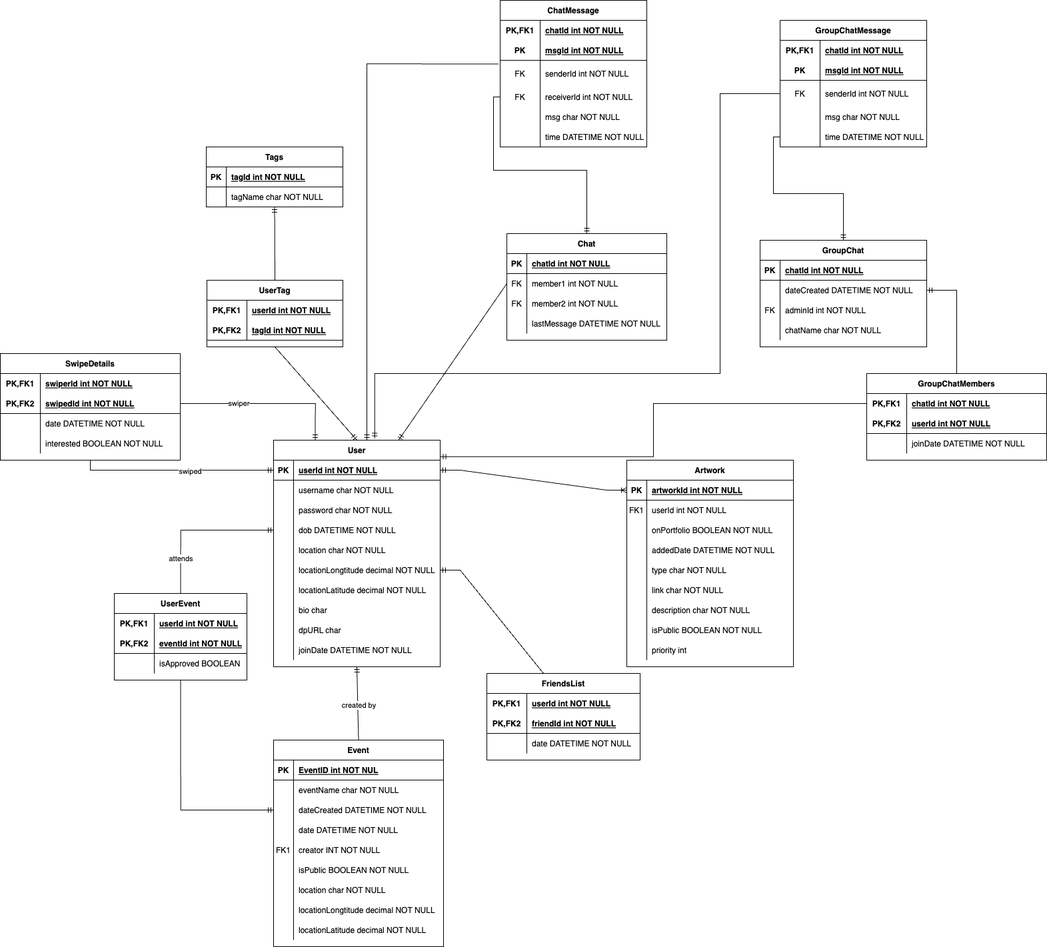
Above: other-project-files/ERD/dali_ERD.png in DylanGnatz/Dali-Artist-Social-App (draw.io), before the change. Source tidied: cells renumbered, new cells last; positions are measured from the earlier drawing's top-left corner, leaving out a move shared by most shapes.
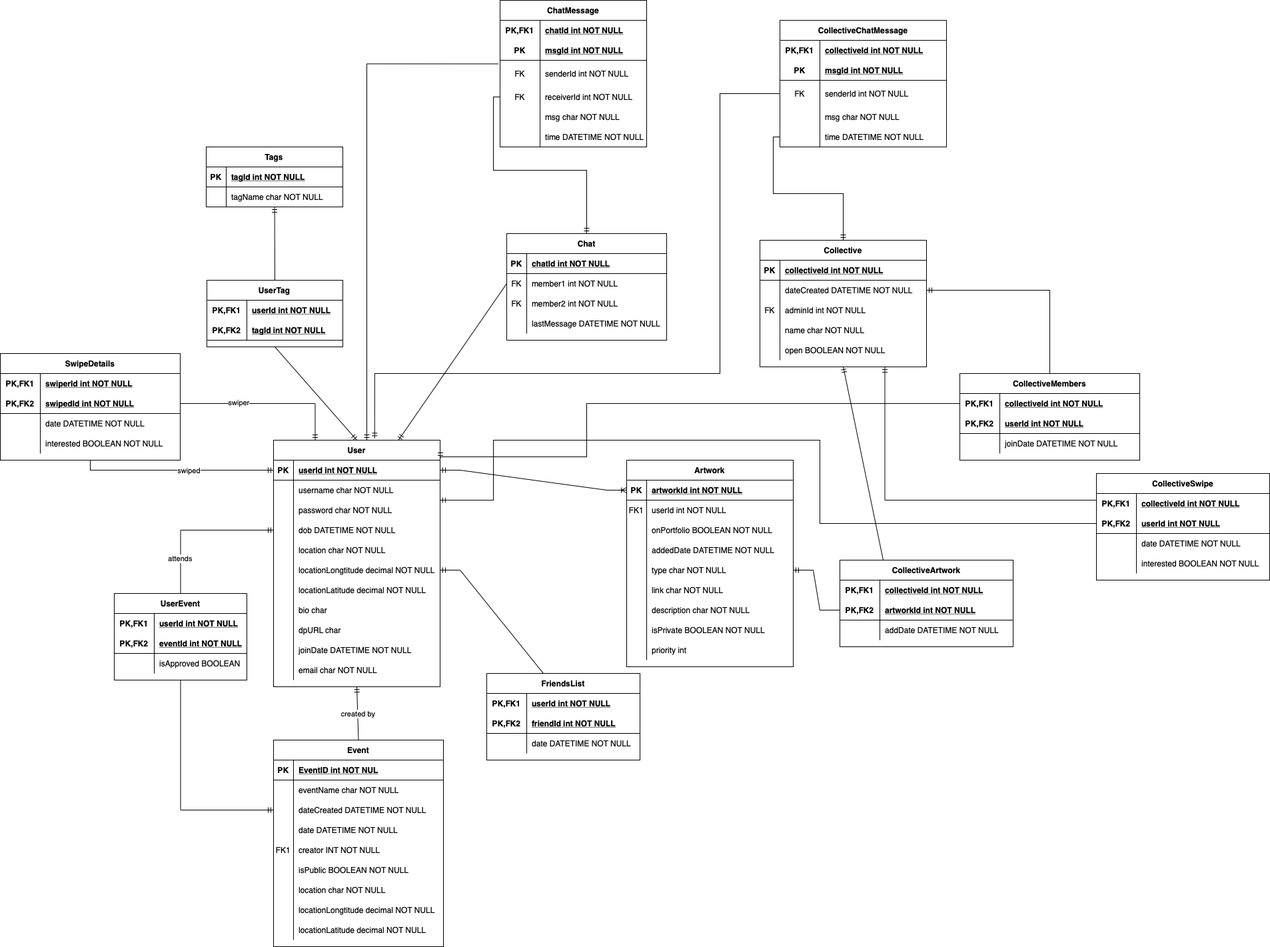
Above is the later version.

What changed in the source:
```diff
@@ -76,3 +76,3 @@
     </mxCell>
-    <mxCell id="26" value="isPublic BOOLEAN NOT NULL" style="shape=partialRectangle;overflow=hidden;fillColor=none;top=0;left=0;bottom=0;right=0;align=left;spacingLeft=6;" parent="24" vertex="1">
+    <mxCell id="26" value="isPrivate BOOLEAN NOT NULL" style="shape=partialRectangle;overflow=hidden;fillColor=none;top=0;left=0;bottom=0;right=0;align=left;spacingLeft=6;" parent="24" vertex="1">
       <mxGeometry x="30" width="220" height="30" as="geometry" />
@@ -89,3 +89,3 @@
     <mxCell id="30" value="User" style="shape=table;startSize=30;rowLines=0;fontStyle=1;align=center;" parent="1" vertex="1">
-      <mxGeometry x="410" y="660" width="250" height="340" as="geometry" />
+      <mxGeometry x="410" y="660" width="250" height="370" as="geometry" />
     </mxCell>
@@ -181,2 +181,11 @@
     </mxCell>
+    <mxCell id="227" style="shape=partialRectangle;fillColor=none;top=0;left=0;right=0;bottom=0;" parent="30" vertex="1">
+      <mxGeometry y="330" width="250" height="30" as="geometry" />
+    </mxCell>
+    <mxCell id="228" style="shape=partialRectangle;overflow=hidden;fillColor=none;top=0;left=0;bottom=0;right=0;" parent="227" vertex="1">
+      <mxGeometry width="30" height="30" as="geometry" />
+    </mxCell>
+    <mxCell id="229" value="email char NOT NULL" style="shape=partialRectangle;overflow=hidden;fillColor=none;top=0;left=0;bottom=0;right=0;align=left;spacingLeft=6;" parent="227" vertex="1">
+      <mxGeometry x="30" width="220" height="30" as="geometry" />
+    </mxCell>
     <mxCell id="61" style="edgeStyle=entityRelationEdgeStyle;fontSize=12;html=1;endArrow=ERoneToMany;startArrow=ERmandOne;rounded=0;exitX=1;exitY=0.5;exitDx=0;exitDy=0;entryX=0;entryY=0.5;entryDx=0;entryDy=0;" parent="1" edge="1" source="31" target="3">
@@ -547,4 +556,4 @@
     </mxCell>
-    <mxCell id="183" value="GroupChat" style="shape=table;startSize=30;rowLines=0;fontStyle=1;align=center;" parent="1" vertex="1">
-      <mxGeometry x="1140" y="360" width="250" height="160" as="geometry" />
+    <mxCell id="183" value="Collective" style="shape=table;startSize=30;rowLines=0;fontStyle=1;align=center;" parent="1" vertex="1">
+      <mxGeometry x="1140" y="360" width="250" height="190" as="geometry" />
     </mxCell>
@@ -556,3 +565,3 @@
     </mxCell>
-    <mxCell id="186" value="chatId int NOT NULL" style="shape=partialRectangle;fillColor=none;top=0;left=0;bottom=0;right=0;align=left;spacingLeft=6;fontStyle=5;overflow=hidden;" parent="184" vertex="1">
+    <mxCell id="186" value="collectiveId int NOT NULL" style="shape=partialRectangle;fillColor=none;top=0;left=0;bottom=0;right=0;align=left;spacingLeft=6;fontStyle=5;overflow=hidden;" parent="184" vertex="1">
       <mxGeometry x="30" width="220" height="30" as="geometry" />
@@ -583,7 +592,16 @@
     </mxCell>
-    <mxCell id="195" value="chatName char NOT NULL" style="shape=partialRectangle;fillColor=none;top=0;left=0;bottom=0;right=0;align=left;spacingLeft=6;overflow=hidden;" parent="193" vertex="1">
+    <mxCell id="195" value="name char NOT NULL" style="shape=partialRectangle;fillColor=none;top=0;left=0;bottom=0;right=0;align=left;spacingLeft=6;overflow=hidden;" parent="193" vertex="1">
       <mxGeometry x="30" width="220" height="30" as="geometry" />
     </mxCell>
+    <mxCell id="230" style="shape=tableRow;horizontal=0;startSize=0;swimlaneHead=0;swimlaneBody=0;fillColor=none;top=0;left=0;right=0;bottom=0;" parent="183" vertex="1">
+      <mxGeometry y="150" width="250" height="30" as="geometry" />
+    </mxCell>
+    <mxCell id="231" style="shape=partialRectangle;fillColor=none;top=0;left=0;bottom=0;right=0;overflow=hidden;" parent="230" vertex="1">
+      <mxGeometry width="30" height="30" as="geometry" />
+    </mxCell>
+    <mxCell id="232" value="open BOOLEAN NOT NULL" style="shape=partialRectangle;fillColor=none;top=0;left=0;bottom=0;right=0;align=left;spacingLeft=6;overflow=hidden;" parent="230" vertex="1">
+      <mxGeometry x="30" width="220" height="30" as="geometry" />
+    </mxCell>
-    <mxCell id="196" value="GroupChatMembers" style="shape=table;startSize=30;rowLines=0;fontStyle=1;align=center;" parent="1" vertex="1">
-      <mxGeometry x="1300" y="560" width="270" height="130" as="geometry" />
+    <mxCell id="196" value="CollectiveMembers" style="shape=table;startSize=30;rowLines=0;fontStyle=1;align=center;" parent="1" vertex="1">
+      <mxGeometry x="1440" y="560" width="270" height="130" as="geometry" />
     </mxCell>
@@ -595,3 +613,3 @@
     </mxCell>
-    <mxCell id="199" value="chatId int NOT NULL" style="shape=partialRectangle;fillColor=none;top=0;left=0;bottom=0;right=0;align=left;spacingLeft=6;fontStyle=5;overflow=hidden;" parent="197" vertex="1">
+    <mxCell id="199" value="collectiveId int NOT NULL" style="shape=partialRectangle;fillColor=none;top=0;left=0;bottom=0;right=0;align=left;spacingLeft=6;fontStyle=5;overflow=hidden;" parent="197" vertex="1">
       <mxGeometry x="60" width="210" height="30" as="geometry" />
@@ -620,9 +638,14 @@
     <mxCell id="207" style="edgeStyle=orthogonalEdgeStyle;fontSize=12;html=1;endArrow=ERmandOne;rounded=0;entryX=1.002;entryY=0.073;entryDx=0;entryDy=0;entryPerimeter=0;exitX=0;exitY=0.5;exitDx=0;exitDy=0;" parent="1" edge="1" source="197" target="30">
-      <mxGeometry relative="1" as="geometry" />
+      <mxGeometry relative="1" as="geometry">
+        <Array as="points">
+          <mxPoint x="880" y="605" />
+          <mxPoint x="880" y="685" />
+        </Array>
+      </mxGeometry>
     </mxCell>
-    <mxCell id="208" value="GroupChatMessage" style="shape=table;startSize=30;rowLines=0;fontStyle=1;align=center;" parent="1" vertex="1">
-      <mxGeometry x="1170" y="30" width="220" height="190" as="geometry" />
+    <mxCell id="208" value="CollectiveChatMessage" style="shape=table;startSize=30;rowLines=0;fontStyle=1;align=center;" parent="1" vertex="1">
+      <mxGeometry x="1170" y="30" width="250" height="190" as="geometry" />
     </mxCell>
     <mxCell id="209" style="shape=tableRow;horizontal=0;startSize=0;swimlaneHead=0;swimlaneBody=0;fillColor=none;top=0;left=0;right=0;bottom=0;" parent="208" vertex="1">
-      <mxGeometry y="30" width="220" height="30" as="geometry" />
+      <mxGeometry y="30" width="250" height="30" as="geometry" />
     </mxCell>
@@ -631,7 +654,7 @@
     </mxCell>
-    <mxCell id="211" value="chatId int NOT NULL" style="shape=partialRectangle;fillColor=none;top=0;left=0;bottom=0;right=0;align=left;spacingLeft=6;fontStyle=5;overflow=hidden;" parent="209" vertex="1">
-      <mxGeometry x="60" width="160" height="30" as="geometry" />
+    <mxCell id="211" value="collectiveId int NOT NULL" style="shape=partialRectangle;fillColor=none;top=0;left=0;bottom=0;right=0;align=left;spacingLeft=6;fontStyle=5;overflow=hidden;" parent="209" vertex="1">
+      <mxGeometry x="60" width="190" height="30" as="geometry" />
     </mxCell>
     <mxCell id="212" style="shape=tableRow;horizontal=0;startSize=0;swimlaneHead=0;swimlaneBody=0;fillColor=none;top=0;left=0;right=0;bottom=1;" parent="208" vertex="1">
-      <mxGeometry y="60" width="220" height="30" as="geometry" />
+      <mxGeometry y="60" width="250" height="30" as="geometry" />
     </mxCell>
@@ -641,6 +664,6 @@
     <mxCell id="214" value="msgId int NOT NULL" style="shape=partialRectangle;fillColor=none;top=0;left=0;bottom=0;right=0;align=left;spacingLeft=6;fontStyle=5;overflow=hidden;" parent="212" vertex="1">
-      <mxGeometry x="60" width="160" height="30" as="geometry" />
+      <mxGeometry x="60" width="190" height="30" as="geometry" />
     </mxCell>
     <mxCell id="215" style="shape=tableRow;horizontal=0;startSize=0;swimlaneHead=0;swimlaneBody=0;fillColor=none;points=[[0,0.5],[1,0.5]];portConstraint=eastwest;top=0;left=0;right=0;bottom=0;" parent="208" vertex="1">
-      <mxGeometry y="90" width="220" height="40" as="geometry" />
+      <mxGeometry y="90" width="250" height="40" as="geometry" />
     </mxCell>
@@ -650,6 +673,6 @@
     <mxCell id="217" value="senderId int NOT NULL" style="shape=partialRectangle;fillColor=none;top=0;left=0;bottom=0;right=0;align=left;spacingLeft=6;overflow=hidden;" parent="215" vertex="1">
-      <mxGeometry x="60" width="160" height="40" as="geometry" />
+      <mxGeometry x="60" width="190" height="40" as="geometry" />
     </mxCell>
     <mxCell id="218" style="shape=tableRow;horizontal=0;startSize=0;swimlaneHead=0;swimlaneBody=0;fillColor=none;top=0;left=0;right=0;bottom=0;" parent="208" vertex="1">
-      <mxGeometry y="130" width="220" height="30" as="geometry" />
+      <mxGeometry y="130" width="250" height="30" as="geometry" />
     </mxCell>
@@ -659,6 +682,6 @@
     <mxCell id="220" value="msg char NOT NULL" style="shape=partialRectangle;fillColor=none;top=0;left=0;bottom=0;right=0;align=left;spacingLeft=6;overflow=hidden;" parent="218" vertex="1">
-      <mxGeometry x="60" width="160" height="30" as="geometry" />
+      <mxGeometry x="60" width="190" height="30" as="geometry" />
     </mxCell>
     <mxCell id="221" style="shape=tableRow;horizontal=0;startSize=0;swimlaneHead=0;swimlaneBody=0;fillColor=none;points=[[0,0.5],[1,0.5]];portConstraint=eastwest;top=0;left=0;right=0;bottom=0;" parent="208" vertex="1">
-      <mxGeometry y="160" width="220" height="30" as="geometry" />
+      <mxGeometry y="160" width="250" height="30" as="geometry" />
     </mxCell>
@@ -668,3 +691,3 @@
     <mxCell id="223" value="time DATETIME NOT NULL" style="shape=partialRectangle;fillColor=none;top=0;left=0;bottom=0;right=0;align=left;spacingLeft=6;overflow=hidden;" parent="221" vertex="1">
-      <mxGeometry x="60" width="160" height="30" as="geometry" />
+      <mxGeometry x="60" width="190" height="30" as="geometry" />
     </mxCell>
@@ -689,2 +712,96 @@
     </mxCell>
+    <mxCell id="233" value="CollectiveArtwork" style="shape=table;startSize=30;rowLines=0;fontStyle=1;align=center;" parent="1" vertex="1">
+      <mxGeometry x="1260" y="840" width="260" height="130" as="geometry" />
+    </mxCell>
+    <mxCell id="234" style="shape=tableRow;horizontal=0;startSize=0;swimlaneHead=0;swimlaneBody=0;fillColor=none;top=0;left=0;right=0;bottom=0;" parent="233" vertex="1">
+      <mxGeometry y="30" width="260" height="30" as="geometry" />
+    </mxCell>
+    <mxCell id="235" value="PK,FK1" style="shape=partialRectangle;fillColor=none;top=0;left=0;bottom=0;right=0;fontStyle=1;overflow=hidden;" parent="234" vertex="1">
+      <mxGeometry width="60" height="30" as="geometry" />
+    </mxCell>
+    <mxCell id="236" value="collectiveId int NOT NULL" style="shape=partialRectangle;fillColor=none;top=0;left=0;bottom=0;right=0;align=left;spacingLeft=6;fontStyle=5;overflow=hidden;" parent="234" vertex="1">
+      <mxGeometry x="60" width="200" height="30" as="geometry" />
+    </mxCell>
+    <mxCell id="237" style="shape=tableRow;horizontal=0;startSize=0;swimlaneHead=0;swimlaneBody=0;fillColor=none;points=[[0,0.5],[1,0.5]];portConstraint=eastwest;top=0;left=0;right=0;bottom=1;" parent="233" vertex="1">
+      <mxGeometry y="60" width="260" height="30" as="geometry" />
+    </mxCell>
+    <mxCell id="238" value="PK,FK2" style="shape=partialRectangle;fillColor=none;top=0;left=0;bottom=0;right=0;fontStyle=1;overflow=hidden;" parent="237" vertex="1">
+      <mxGeometry width="60" height="30" as="geometry" />
+    </mxCell>
+    <mxCell id="239" value="artworkId int NOT NULL" style="shape=partialRectangle;fillColor=none;top=0;left=0;bottom=0;right=0;align=left;spacingLeft=6;fontStyle=5;overflow=hidden;" parent="237" vertex="1">
+      <mxGeometry x="60" width="200" height="30" as="geometry" />
+    </mxCell>
+    <mxCell id="240" style="shape=tableRow;horizontal=0;startSize=0;swimlaneHead=0;swimlaneBody=0;fillColor=none;top=0;left=0;right=0;bottom=0;" parent="233" vertex="1">
+      <mxGeometry y="90" width="260" height="30" as="geometry" />
+    </mxCell>
+    <mxCell id="241" style="shape=partialRectangle;fillColor=none;top=0;left=0;bottom=0;right=0;overflow=hidden;" parent="240" vertex="1">
+      <mxGeometry width="60" height="30" as="geometry" />
+    </mxCell>
+    <mxCell id="242" value="addDate DATETIME NOT NULL" style="shape=partialRectangle;fillColor=none;top=0;left=0;bottom=0;right=0;align=left;spacingLeft=6;overflow=hidden;" parent="240" vertex="1">
+      <mxGeometry x="60" width="200" height="30" as="geometry" />
+    </mxCell>
+    <mxCell id="243" style="edgeStyle=entityRelationEdgeStyle;fontSize=12;html=1;endArrow=ERmandOne;rounded=0;entryX=1;entryY=0.5;entryDx=0;entryDy=0;exitX=0;exitY=0.5;exitDx=0;exitDy=0;" parent="1" edge="1" source="237" target="15">
+      <mxGeometry relative="1" as="geometry" />
+    </mxCell>
+    <mxCell id="244" style="fontSize=12;html=1;endArrow=ERmandOne;rounded=0;entryX=0.5;entryY=1;entryDx=0;entryDy=0;exitX=0.25;exitY=0;exitDx=0;exitDy=0;" parent="1" edge="1" source="233" target="183">
+      <mxGeometry relative="1" as="geometry" />
+    </mxCell>
+    <mxCell id="245" value="CollectiveSwipe" style="shape=table;startSize=30;rowLines=0;fontStyle=1;align=center;" parent="1" vertex="1">
+      <mxGeometry x="1645" y="710" width="260" height="160" as="geometry" />
+    </mxCell>
+    <mxCell id="246" style="shape=tableRow;horizontal=0;startSize=0;swimlaneHead=0;swimlaneBody=0;fillColor=none;top=0;left=0;right=0;bottom=0;" parent="245" vertex="1">
+      <mxGeometry y="30" width="260" height="30" as="geometry" />
+    </mxCell>
+    <mxCell id="247" value="PK,FK1" style="shape=partialRectangle;fillColor=none;top=0;left=0;bottom=0;right=0;fontStyle=1;overflow=hidden;" parent="246" vertex="1">
+      <mxGeometry width="60" height="30" as="geometry" />
+    </mxCell>
+    <mxCell id="248" value="collectiveId int NOT NULL" style="shape=partialRectangle;fillColor=none;top=0;left=0;bottom=0;right=0;align=left;spacingLeft=6;fontStyle=5;overflow=hidden;" parent="246" vertex="1">
+      <mxGeometry x="60" width="200" height="30" as="geometry" />
+    </mxCell>
+    <mxCell id="249" style="shape=tableRow;horizontal=0;startSize=0;swimlaneHead=0;swimlaneBody=0;fillColor=none;points=[[0,0.5],[1,0.5]];portConstraint=eastwest;top=0;left=0;right=0;bottom=1;" parent="245" vertex="1">
+      <mxGeometry y="60" width="260" height="30" as="geometry" />
+    </mxCell>
+    <mxCell id="250" value="PK,FK2" style="shape=partialRectangle;fillColor=none;top=0;left=0;bottom=0;right=0;fontStyle=1;overflow=hidden;" parent="249" vertex="1">
+      <mxGeometry width="60" height="30" as="geometry" />
+    </mxCell>
+    <mxCell id="251" value="userId int NOT NULL" style="shape=partialRectangle;fillColor=none;top=0;left=0;bottom=0;right=0;align=left;spacingLeft=6;fontStyle=5;overflow=hidden;" parent="249" vertex="1">
+      <mxGeometry x="60" width="200" height="30" as="geometry" />
+    </mxCell>
+    <mxCell id="252" style="shape=tableRow;horizontal=0;startSize=0;swimlaneHead=0;swimlaneBody=0;fillColor=none;top=0;left=0;right=0;bottom=0;" parent="245" vertex="1">
+      <mxGeometry y="90" width="260" height="30" as="geometry" />
+    </mxCell>
+    <mxCell id="253" style="shape=partialRectangle;fillColor=none;top=0;left=0;bottom=0;right=0;overflow=hidden;" parent="252" vertex="1">
+      <mxGeometry width="60" height="30" as="geometry" />
+    </mxCell>
+    <mxCell id="254" value="date DATETIME NOT NULL" style="shape=partialRectangle;fillColor=none;top=0;left=0;bottom=0;right=0;align=left;spacingLeft=6;overflow=hidden;" parent="252" vertex="1">
+      <mxGeometry x="60" width="200" height="30" as="geometry" />
+    </mxCell>
+    <mxCell id="255" style="shape=tableRow;horizontal=0;startSize=0;swimlaneHead=0;swimlaneBody=0;fillColor=none;top=0;left=0;right=0;bottom=0;" parent="245" vertex="1">
+      <mxGeometry y="120" width="260" height="30" as="geometry" />
+    </mxCell>
+    <mxCell id="256" style="shape=partialRectangle;fillColor=none;top=0;left=0;bottom=0;right=0;overflow=hidden;" parent="255" vertex="1">
+      <mxGeometry width="60" height="30" as="geometry" />
+    </mxCell>
+    <mxCell id="257" value="interested BOOLEAN NOT NULL" style="shape=partialRectangle;fillColor=none;top=0;left=0;bottom=0;right=0;align=left;spacingLeft=6;overflow=hidden;" parent="255" vertex="1">
+      <mxGeometry x="60" width="200" height="30" as="geometry" />
+    </mxCell>
+    <mxCell id="258" style="edgeStyle=orthogonalEdgeStyle;fontSize=12;html=1;endArrow=ERmandOne;rounded=0;entryX=0.75;entryY=1;entryDx=0;entryDy=0;exitX=0;exitY=0.25;exitDx=0;exitDy=0;" parent="1" edge="1" source="245" target="183">
+      <mxGeometry relative="1" as="geometry">
+        <Array as="points">
+          <mxPoint x="1630" y="750" />
+          <mxPoint x="1328" y="750" />
+        </Array>
+      </mxGeometry>
+    </mxCell>
+    <mxCell id="259" style="edgeStyle=orthogonalEdgeStyle;fontSize=12;html=1;endArrow=ERmandOne;rounded=0;exitX=0;exitY=0.5;exitDx=0;exitDy=0;entryX=0.999;entryY=-0.044;entryDx=0;entryDy=0;entryPerimeter=0;" parent="1" edge="1" source="249" target="37">
+      <mxGeometry relative="1" as="geometry">
+        <Array as="points">
+          <mxPoint x="1230" y="785" />
+          <mxPoint x="1230" y="660" />
+          <mxPoint x="740" y="660" />
+          <mxPoint x="740" y="750" />
+          <mxPoint x="660" y="750" />
+        </Array>
+      </mxGeometry>
+    </mxCell>
   </root>
```
